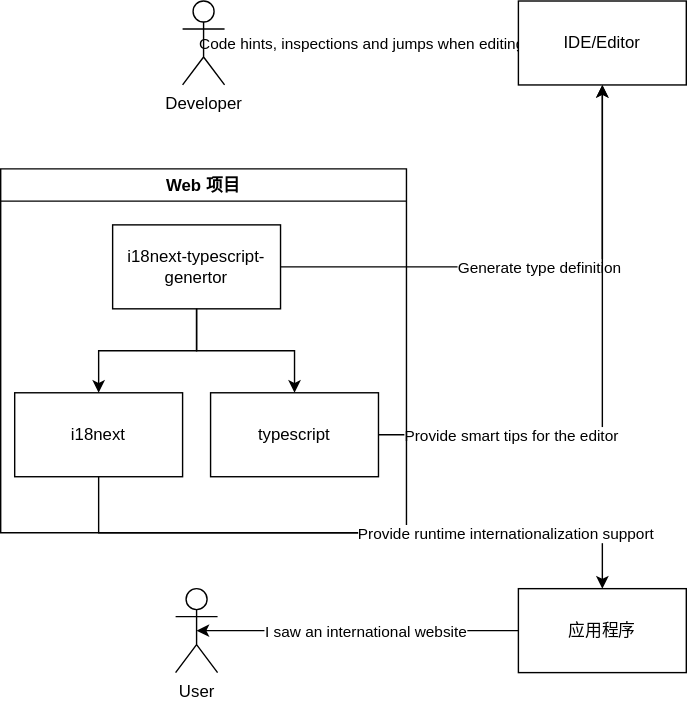
Before: docs/tools/i18next-dts-gen/images/schema.drawio.svg, a diagram exported from draw.io (rxliuli/liuli-tools). Source tidied: cells renumbered, new cells last; positions are measured from the earlier drawing's top-left corner, leaving out a move shared by most shapes.
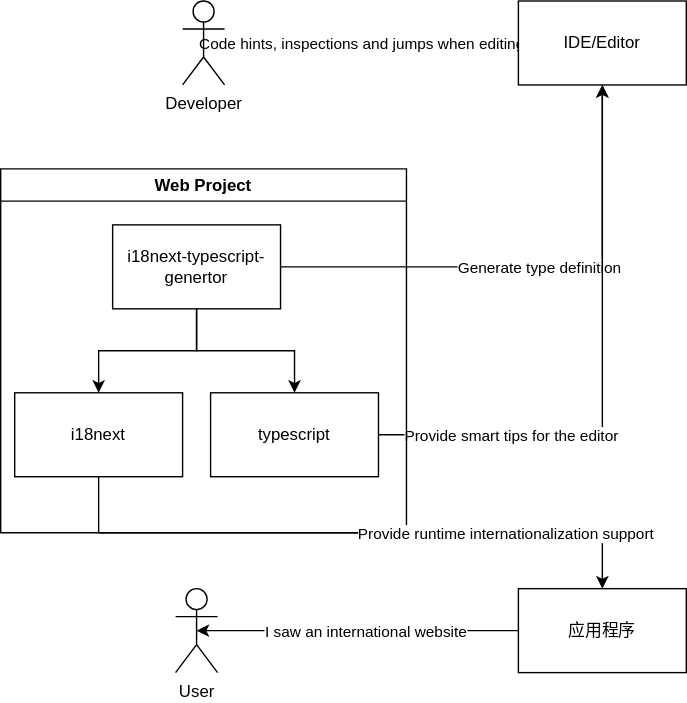
After the commit.

Commit message:
docs(i18next-dts-gen): 将遗漏的中文也进行修改

The edit, as a diff of the source:
```diff
@@ -37,7 +37,7 @@
     <mxCell id="9" value="IDE/Editor" style="rounded=0;whiteSpace=wrap;html=1;" parent="1" vertex="1">
       <mxGeometry x="370" width="120" height="60" as="geometry" />
     </mxCell>
-    <mxCell id="10" value="Web 项目" style="swimlane;" parent="1" vertex="1">
+    <mxCell id="10" value="Web Project" style="swimlane;" parent="1" vertex="1">
       <mxGeometry y="120" width="290" height="260" as="geometry" />
     </mxCell>
     <mxCell id="11" value="i18next" style="rounded=0;whiteSpace=wrap;html=1;" parent="10" vertex="1">
```
